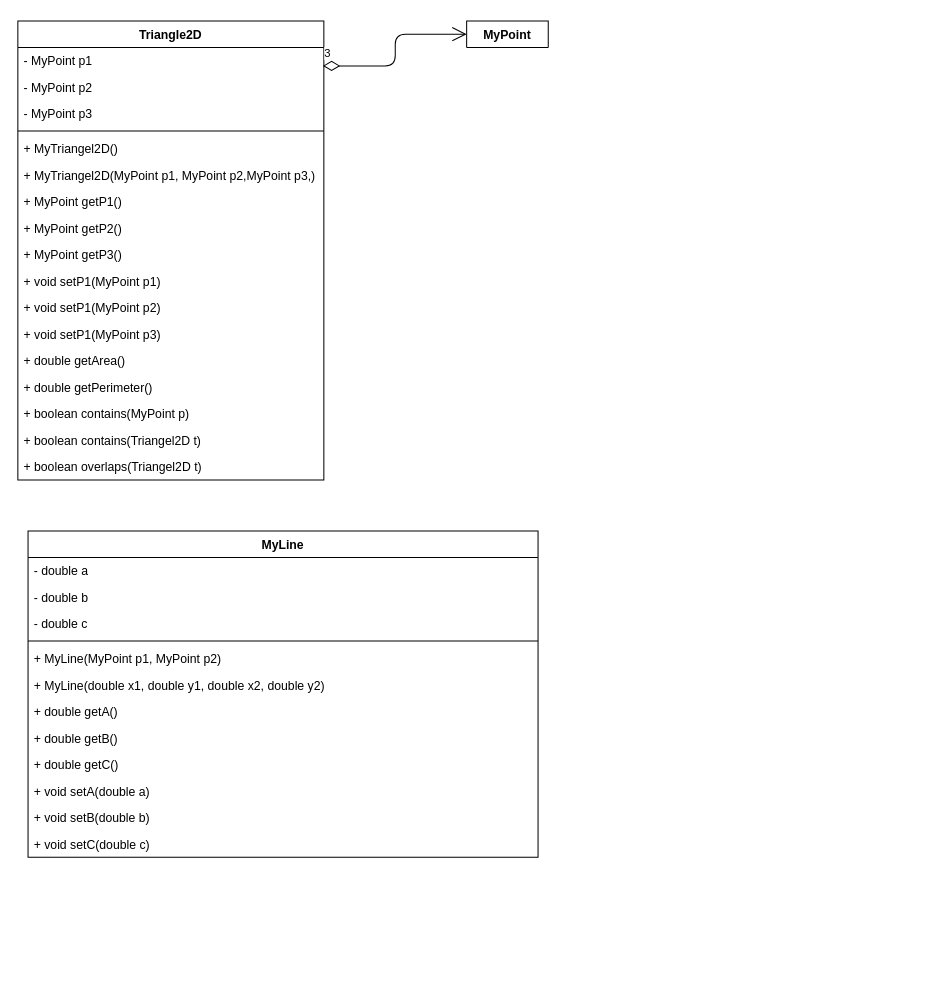
Above: ch10/Triangle2D.drawio in whyhardpickname/introJava10e (draw.io), before the change. Source tidied: cells renumbered, new cells numbered last; positions are measured from the earlier drawing's top-left corner, leaving out a move shared by most shapes. Both pictures are drawn from the tidied source at 102%, with x=0, y=0 at pixel (17, 20).
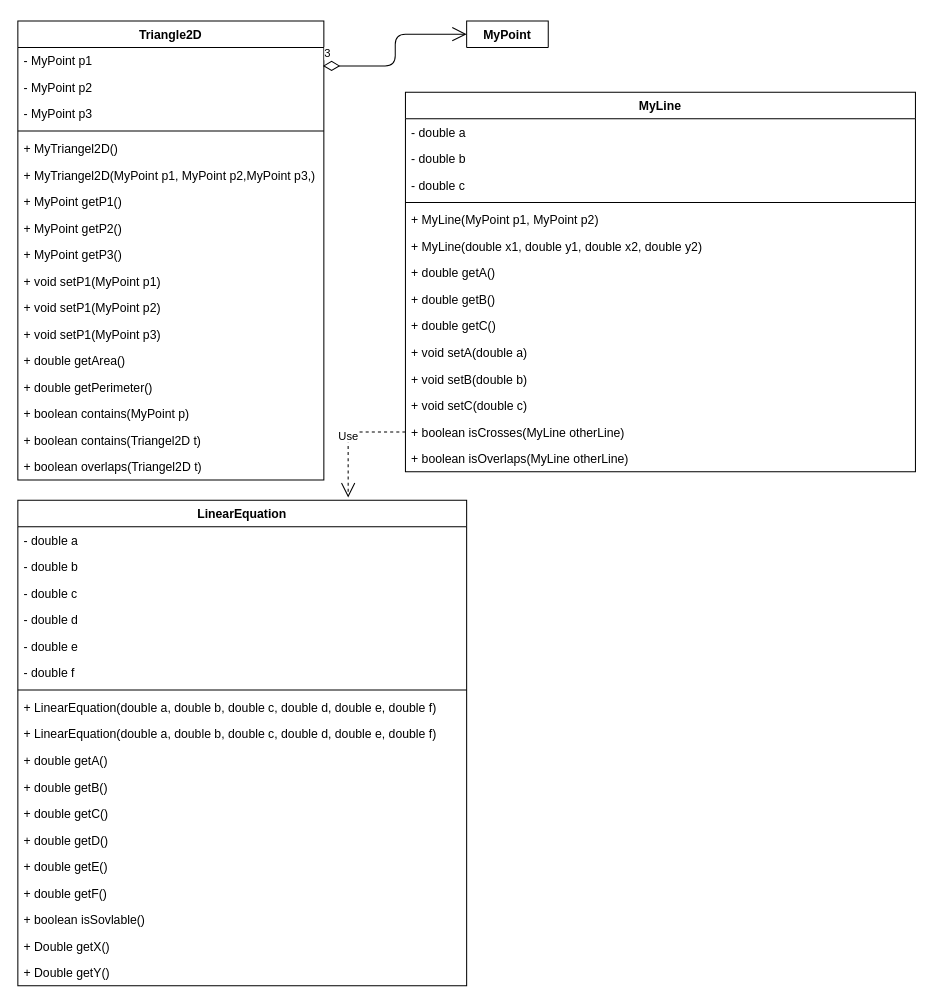
The same page after the edit.

Commit message (it also covers changes not shown here):
Triangle2d class

The edit, as a diff of the source:
```diff
@@
     <mxCell id="22" value="MyLine" style="swimlane;fontStyle=1;align=center;verticalAlign=top;horizontal=1;startSize=26;" parent="1" vertex="1">
-      <mxGeometry x="10" y="500" width="500" height="320" as="geometry" />
+      <mxGeometry x="380" y="70" width="500" height="372" as="geometry" />
     </mxCell>
@@
+    <mxCell id="35" value="+ boolean isCrosses(MyLine otherLine)" style="text;strokeColor=none;fillColor=none;align=left;verticalAlign=top;spacingLeft=4;spacingRight=4;overflow=hidden;points=[[0,0.5],[1,0.5]];portConstraint=eastwest;" parent="22" vertex="1">
+      <mxGeometry y="320" width="500" height="26" as="geometry" />
+    </mxCell>
+    <mxCell id="36" value="+ boolean isOverlaps(MyLine otherLine)" style="text;strokeColor=none;fillColor=none;align=left;verticalAlign=top;spacingLeft=4;spacingRight=4;overflow=hidden;" parent="22" vertex="1">
+      <mxGeometry y="346" width="500" height="26" as="geometry" />
+    </mxCell>
+    <mxCell id="37" value="LinearEquation" style="swimlane;fontStyle=1;align=center;verticalAlign=top;horizontal=1;startSize=26;" parent="1" vertex="1">
+      <mxGeometry y="470" width="440" height="476" as="geometry" />
+    </mxCell>
+    <mxCell id="38" value="- double a" style="text;strokeColor=none;fillColor=none;align=left;verticalAlign=top;spacingLeft=4;spacingRight=4;overflow=hidden;" parent="37" vertex="1">
+      <mxGeometry y="26" width="440" height="26" as="geometry" />
+    </mxCell>
+    <mxCell id="39" value="- double b" style="text;strokeColor=none;fillColor=none;align=left;verticalAlign=top;spacingLeft=4;spacingRight=4;overflow=hidden;" parent="37" vertex="1">
+      <mxGeometry y="52" width="440" height="26" as="geometry" />
+    </mxCell>
+    <mxCell id="40" value="- double c" style="text;strokeColor=none;fillColor=none;align=left;verticalAlign=top;spacingLeft=4;spacingRight=4;overflow=hidden;" parent="37" vertex="1">
+      <mxGeometry y="78" width="440" height="26" as="geometry" />
+    </mxCell>
+    <mxCell id="41" value="- double d" style="text;strokeColor=none;fillColor=none;align=left;verticalAlign=top;spacingLeft=4;spacingRight=4;overflow=hidden;" parent="37" vertex="1">
+      <mxGeometry y="104" width="440" height="26" as="geometry" />
+    </mxCell>
+    <mxCell id="42" value="- double e" style="text;strokeColor=none;fillColor=none;align=left;verticalAlign=top;spacingLeft=4;spacingRight=4;overflow=hidden;" parent="37" vertex="1">
+      <mxGeometry y="130" width="440" height="26" as="geometry" />
+    </mxCell>
+    <mxCell id="43" value="- double f" style="text;strokeColor=none;fillColor=none;align=left;verticalAlign=top;spacingLeft=4;spacingRight=4;overflow=hidden;" parent="37" vertex="1">
+      <mxGeometry y="156" width="440" height="26" as="geometry" />
+    </mxCell>
+    <mxCell id="44" style="line;strokeWidth=1;fillColor=none;align=left;verticalAlign=middle;spacingTop=-1;spacingLeft=3;spacingRight=3;labelPosition=right;" parent="37" vertex="1">
+      <mxGeometry y="182" width="440" height="8" as="geometry" />
+    </mxCell>
+    <mxCell id="45" value="+ LinearEquation(double a, double b, double c, double d, double e, double f)" style="text;strokeColor=none;fillColor=none;align=left;verticalAlign=top;spacingLeft=4;spacingRight=4;overflow=hidden;" parent="37" vertex="1">
+      <mxGeometry y="190" width="440" height="26" as="geometry" />
+    </mxCell>
+    <mxCell id="46" value="+ LinearEquation(double a, double b, double c, double d, double e, double f)" style="text;strokeColor=none;fillColor=none;align=left;verticalAlign=top;spacingLeft=4;spacingRight=4;overflow=hidden;" parent="37" vertex="1">
+      <mxGeometry y="216" width="440" height="26" as="geometry" />
+    </mxCell>
+    <mxCell id="47" value="+ double getA()" style="text;strokeColor=none;fillColor=none;align=left;verticalAlign=top;spacingLeft=4;spacingRight=4;overflow=hidden;" parent="37" vertex="1">
+      <mxGeometry y="242" width="440" height="26" as="geometry" />
+    </mxCell>
+    <mxCell id="48" value="+ double getB()" style="text;strokeColor=none;fillColor=none;align=left;verticalAlign=top;spacingLeft=4;spacingRight=4;overflow=hidden;" parent="37" vertex="1">
+      <mxGeometry y="268" width="440" height="26" as="geometry" />
+    </mxCell>
+    <mxCell id="49" value="+ double getC()" style="text;strokeColor=none;fillColor=none;align=left;verticalAlign=top;spacingLeft=4;spacingRight=4;overflow=hidden;" parent="37" vertex="1">
+      <mxGeometry y="294" width="440" height="26" as="geometry" />
+    </mxCell>
+    <mxCell id="50" value="+ double getD()" style="text;strokeColor=none;fillColor=none;align=left;verticalAlign=top;spacingLeft=4;spacingRight=4;overflow=hidden;" parent="37" vertex="1">
+      <mxGeometry y="320" width="440" height="26" as="geometry" />
+    </mxCell>
+    <mxCell id="51" value="+ double getE()" style="text;strokeColor=none;fillColor=none;align=left;verticalAlign=top;spacingLeft=4;spacingRight=4;overflow=hidden;" parent="37" vertex="1">
+      <mxGeometry y="346" width="440" height="26" as="geometry" />
+    </mxCell>
+    <mxCell id="52" value="+ double getF()" style="text;strokeColor=none;fillColor=none;align=left;verticalAlign=top;spacingLeft=4;spacingRight=4;overflow=hidden;" parent="37" vertex="1">
+      <mxGeometry y="372" width="440" height="26" as="geometry" />
+    </mxCell>
+    <mxCell id="53" value="+ boolean isSovlable()" style="text;strokeColor=none;fillColor=none;align=left;verticalAlign=top;spacingLeft=4;spacingRight=4;overflow=hidden;" parent="37" vertex="1">
+      <mxGeometry y="398" width="440" height="26" as="geometry" />
+    </mxCell>
+    <mxCell id="54" value="+ Double getX()" style="text;strokeColor=none;fillColor=none;align=left;verticalAlign=top;spacingLeft=4;spacingRight=4;overflow=hidden;" parent="37" vertex="1">
+      <mxGeometry y="424" width="440" height="26" as="geometry" />
+    </mxCell>
+    <mxCell id="55" value="+ Double getY()" style="text;strokeColor=none;fillColor=none;align=left;verticalAlign=top;spacingLeft=4;spacingRight=4;overflow=hidden;" parent="37" vertex="1">
+      <mxGeometry y="450" width="440" height="26" as="geometry" />
+    </mxCell>
+    <mxCell id="56" value="Use" style="endArrow=open;endSize=12;dashed=1;html=1;entryX=0.736;entryY=-0.006;entryDx=0;entryDy=0;entryPerimeter=0;edgeStyle=orthogonalEdgeStyle;" parent="1" edge="1" source="35" target="37">
+      <mxGeometry relative="1" as="geometry" />
+    </mxCell>
```
